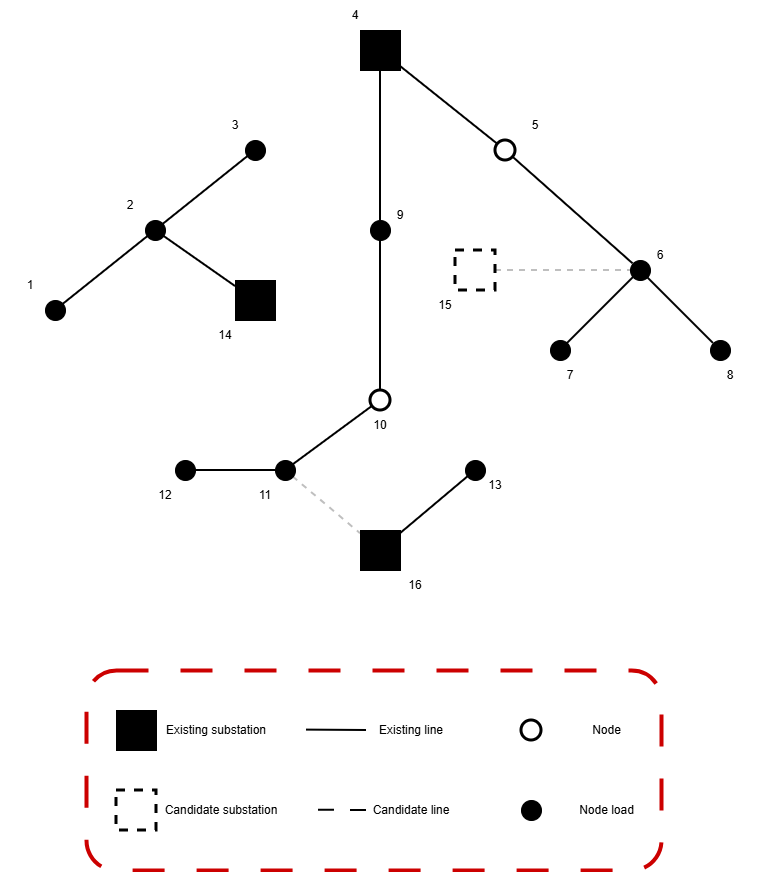
Above: figures/Model1_Final.png in hubertprz/46750-optimization-assignment-2 (draw.io), before the change. Source tidied: cells renumbered, new cells last; positions are measured from the earlier drawing's top-left corner, leaving out a move shared by most shapes.
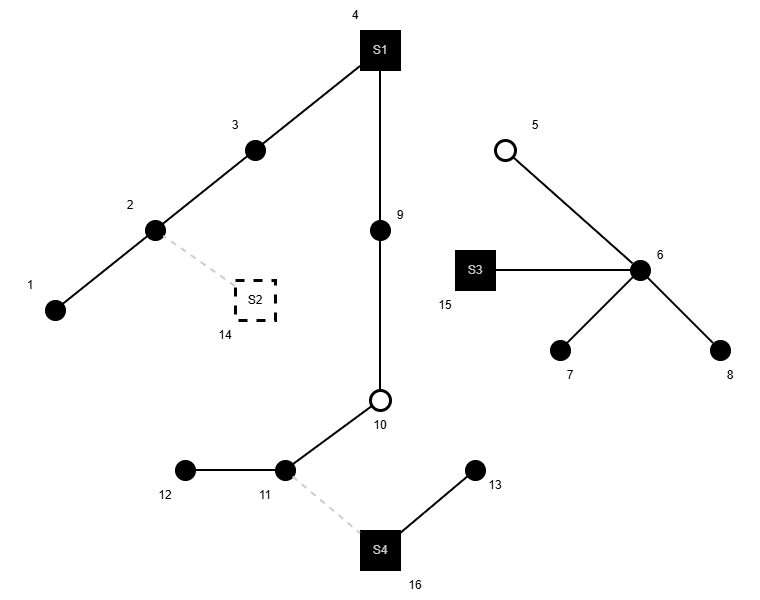
After the commit.

Commit message:
figures, misspell in notebook

The edit, as a diff of the source:
```diff
@@ -2,10 +2,7 @@
   <root>
     <mxCell id="0" />
     <mxCell id="1" parent="0" />
-    <mxCell id="2" style="rounded=1;whiteSpace=wrap;html=1;strokeColor=#CC0000;dashed=1;dashPattern=8 8;strokeWidth=4;fillColor=none;perimeterSpacing=0;" parent="1" vertex="1">
-      <mxGeometry x="86" y="670" width="575" height="200" as="geometry" />
-    </mxCell>
-    <mxCell id="3" style="rounded=0;whiteSpace=wrap;html=1;fillColor=#000000;" parent="1" vertex="1">
+    <mxCell id="3" value="&lt;font style=&quot;color: rgb(204, 204, 204);&quot;&gt;S1&lt;/font&gt;" style="rounded=0;whiteSpace=wrap;html=1;fillColor=#000000;" parent="1" vertex="1">
       <mxGeometry x="360" y="30" width="40" height="40" as="geometry" />
     </mxCell>
     <mxCell id="4" style="ellipse;whiteSpace=wrap;html=1;fillColor=#000000;" parent="1" vertex="1">
@@ -38,21 +35,21 @@
     <mxCell id="13" style="ellipse;whiteSpace=wrap;html=1;fillColor=#000000;" parent="1" vertex="1">
       <mxGeometry x="550" y="340" width="20" height="20" as="geometry" />
     </mxCell>
-    <mxCell id="14" style="rounded=0;whiteSpace=wrap;html=1;fillColor=none;strokeWidth=3;dashed=1;strokeColor=default;" parent="1" vertex="1">
+    <mxCell id="14" value="&lt;font style=&quot;color: rgb(204, 204, 204);&quot;&gt;S3&lt;/font&gt;" style="rounded=0;whiteSpace=wrap;html=1;fillColor=#000000;strokeWidth=1;strokeColor=default;" parent="1" vertex="1">
       <mxGeometry x="455" y="250" width="40" height="40" as="geometry" />
     </mxCell>
-    <mxCell id="15" style="rounded=0;whiteSpace=wrap;html=1;fillColor=#000000;strokeWidth=1;strokeColor=#000000;" parent="1" vertex="1">
+    <mxCell id="15" value="S2" style="rounded=0;whiteSpace=wrap;html=1;fillColor=none;strokeWidth=3;dashed=1;strokeColor=default;" parent="1" vertex="1">
       <mxGeometry x="235" y="280" width="40" height="40" as="geometry" />
     </mxCell>
-    <mxCell id="16" style="rounded=0;whiteSpace=wrap;html=1;fillColor=#000000;strokeWidth=1;strokeColor=default;" parent="1" vertex="1">
+    <mxCell id="16" value="&lt;font style=&quot;color: rgb(204, 204, 204);&quot;&gt;S4&lt;/font&gt;" style="rounded=0;whiteSpace=wrap;html=1;fillColor=#000000;strokeWidth=1;strokeColor=default;" parent="1" vertex="1">
       <mxGeometry x="360" y="530" width="40" height="40" as="geometry" />
     </mxCell>
     <mxCell id="17" style="endArrow=none;html=1;rounded=0;strokeWidth=2;" parent="1" edge="1" source="5" target="6">
       <mxGeometry relative="1" as="geometry" />
     </mxCell>
-    <mxCell id="18" style="endArrow=none;html=1;rounded=0;strokeWidth=2;" parent="1" edge="1" source="38" target="3">
-      <mxGeometry relative="1" as="geometry" />
-    </mxCell>
+    <mxCell id="63" style="endArrow=none;html=1;rounded=0;strokeWidth=2;" parent="1" edge="1" source="4" target="3">
+      <mxGeometry relative="1" as="geometry" />
+    </mxCell>
     <mxCell id="19" style="endArrow=none;html=1;rounded=0;strokeWidth=2;" parent="1" edge="1" source="12" target="11">
       <mxGeometry relative="1" as="geometry" />
     </mxCell>
@@ -68,49 +65,16 @@
     <mxCell id="23" style="endArrow=none;html=1;rounded=0;strokeWidth=2;" parent="1" edge="1" source="13" target="11">
       <mxGeometry relative="1" as="geometry" />
     </mxCell>
-    <mxCell id="24" style="rounded=0;whiteSpace=wrap;html=1;fillColor=none;strokeWidth=3;dashed=1;" parent="1" vertex="1">
-      <mxGeometry x="116" y="790" width="40" height="40" as="geometry" />
-    </mxCell>
-    <mxCell id="25" style="rounded=0;whiteSpace=wrap;html=1;fillColor=#000000;" parent="1" vertex="1">
-      <mxGeometry x="116" y="710" width="40" height="40" as="geometry" />
-    </mxCell>
-    <mxCell id="26" style="ellipse;whiteSpace=wrap;html=1;fillColor=#000000;" parent="1" vertex="1">
-      <mxGeometry x="521" y="800" width="20" height="20" as="geometry" />
-    </mxCell>
-    <mxCell id="27" style="endArrow=none;html=1;rounded=0;strokeWidth=2;" parent="1" edge="1">
-      <mxGeometry relative="1" as="geometry">
-        <mxPoint x="366" y="730" as="sourcePoint" />
-        <mxPoint x="306" y="729.6" as="targetPoint" />
-        <Array as="points">
-          <mxPoint x="366" y="730" />
-        </Array>
-      </mxGeometry>
-    </mxCell>
-    <mxCell id="28" style="edgeStyle=orthogonalEdgeStyle;rounded=0;orthogonalLoop=1;jettySize=auto;html=1;exitX=0.5;exitY=1;exitDx=0;exitDy=0;" parent="1" edge="1" source="26" target="26">
-      <mxGeometry relative="1" as="geometry" />
-    </mxCell>
-    <mxCell id="29" value="Existing substation" style="text;html=1;whiteSpace=wrap;strokeColor=none;fillColor=none;align=center;verticalAlign=middle;rounded=0;" parent="1" vertex="1">
-      <mxGeometry x="156" y="715" width="120" height="30" as="geometry" />
-    </mxCell>
-    <mxCell id="30" value="Candidate substation" style="text;html=1;whiteSpace=wrap;strokeColor=none;fillColor=none;align=center;verticalAlign=middle;rounded=0;" parent="1" vertex="1">
-      <mxGeometry x="156" y="795" width="130" height="30" as="geometry" />
-    </mxCell>
-    <mxCell id="31" value="Node load" style="text;html=1;whiteSpace=wrap;strokeColor=none;fillColor=none;align=center;verticalAlign=middle;rounded=0;" parent="1" vertex="1">
-      <mxGeometry x="553.5" y="795" width="105" height="30" as="geometry" />
-    </mxCell>
-    <mxCell id="32" value="Existing line" style="text;html=1;whiteSpace=wrap;strokeColor=none;fillColor=none;align=center;verticalAlign=middle;rounded=0;" parent="1" vertex="1">
-      <mxGeometry x="366" y="715" width="90" height="30" as="geometry" />
-    </mxCell>
-    <mxCell id="33" style="endArrow=none;html=1;rounded=0;strokeWidth=2;targetPerimeterSpacing=0;sourcePerimeterSpacing=0;" parent="1" edge="1" source="15" target="6">
+    <mxCell id="33" style="endArrow=none;html=1;rounded=0;strokeWidth=2;targetPerimeterSpacing=0;sourcePerimeterSpacing=0;dashed=1;strokeColor=#CCCCCC;" parent="1" edge="1" source="15" target="6">
       <mxGeometry relative="1" as="geometry" />
     </mxCell>
     <mxCell id="34" style="endArrow=none;html=1;rounded=0;strokeWidth=2;targetPerimeterSpacing=0;sourcePerimeterSpacing=0;" parent="1" edge="1" source="16" target="10">
       <mxGeometry relative="1" as="geometry" />
     </mxCell>
-    <mxCell id="35" style="endArrow=none;html=1;rounded=0;strokeWidth=2;jumpStyle=none;targetPerimeterSpacing=0;dashed=1;strokeColor=#00000040;" parent="1" edge="1" source="8" target="16">
+    <mxCell id="35" style="endArrow=none;html=1;rounded=0;strokeWidth=2;jumpStyle=none;targetPerimeterSpacing=0;dashed=1;strokeColor=#CCCCCC;" parent="1" edge="1" source="8" target="16">
       <mxGeometry relative="1" as="geometry" />
     </mxCell>
-    <mxCell id="36" style="endArrow=none;html=1;rounded=0;strokeWidth=2;targetPerimeterSpacing=0;sourcePerimeterSpacing=0;dashed=1;strokeColor=#00000040;" parent="1" edge="1" source="14" target="11">
+    <mxCell id="36" style="endArrow=none;html=1;rounded=0;strokeWidth=2;targetPerimeterSpacing=0;sourcePerimeterSpacing=0;" parent="1" edge="1" source="14" target="11">
       <mxGeometry relative="1" as="geometry" />
     </mxCell>
     <mxCell id="37" style="endArrow=none;html=1;rounded=0;strokeWidth=2;" parent="1" edge="1" source="4">
@@ -181,23 +145,5 @@
     <mxCell id="58" value="16" style="text;html=1;whiteSpace=wrap;strokeColor=none;fillColor=none;align=center;verticalAlign=middle;rounded=0;" parent="1" vertex="1">
       <mxGeometry x="385" y="570" width="60" height="30" as="geometry" />
     </mxCell>
-    <mxCell id="59" style="endArrow=none;html=1;rounded=0;strokeWidth=2;dashed=1;dashPattern=8 8;" parent="1" edge="1">
-      <mxGeometry relative="1" as="geometry">
-        <mxPoint x="366" y="810" as="sourcePoint" />
-        <mxPoint x="306" y="809.6" as="targetPoint" />
-        <Array as="points">
-          <mxPoint x="366" y="810" />
-        </Array>
-      </mxGeometry>
-    </mxCell>
-    <mxCell id="60" value="Candidate line" style="text;html=1;whiteSpace=wrap;strokeColor=none;fillColor=none;align=center;verticalAlign=middle;rounded=0;" parent="1" vertex="1">
-      <mxGeometry x="366" y="795" width="90" height="30" as="geometry" />
-    </mxCell>
-    <mxCell id="61" style="ellipse;whiteSpace=wrap;html=1;fillColor=none;strokeWidth=3;" parent="1" vertex="1">
-      <mxGeometry x="521" y="720" width="20" height="20" as="geometry" />
-    </mxCell>
-    <mxCell id="62" value="Node" style="text;html=1;whiteSpace=wrap;strokeColor=none;fillColor=none;align=center;verticalAlign=middle;rounded=0;" parent="1" vertex="1">
-      <mxGeometry x="553.5" y="715" width="105" height="30" as="geometry" />
-    </mxCell>
   </root>
 </mxGraphModel>
```
